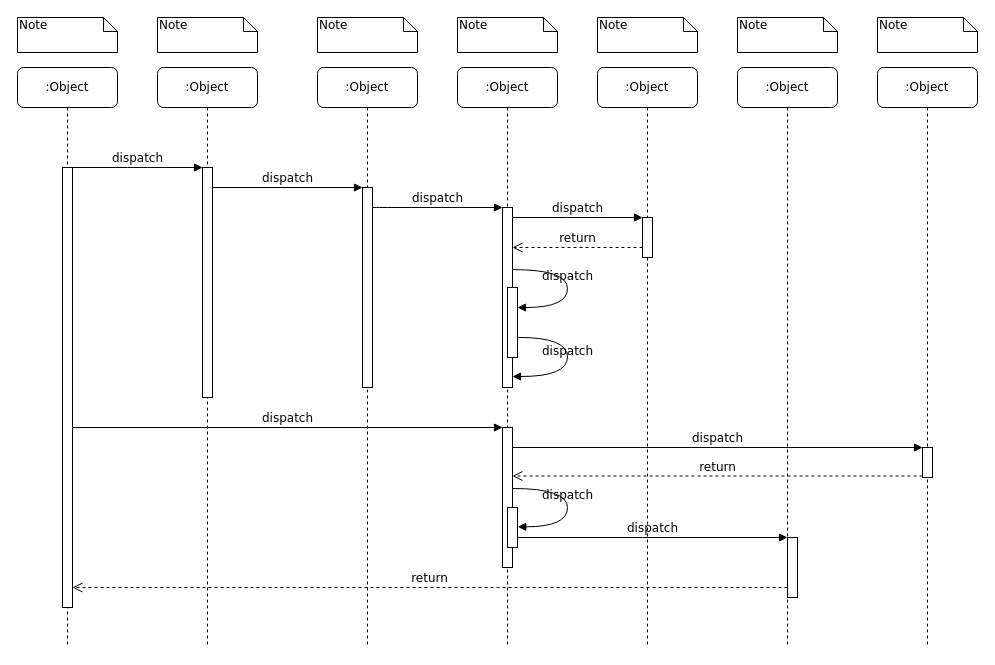
Before: src/序列号创建.drawio in gaozk/test, a draw.io diagram. Source tidied: cells renumbered, new cells numbered last; positions are measured from the earlier drawing's top-left corner, leaving out a move shared by most shapes. Both pictures are drawn from the tidied source at 100%, with x=0, y=0 at pixel (17, 17).
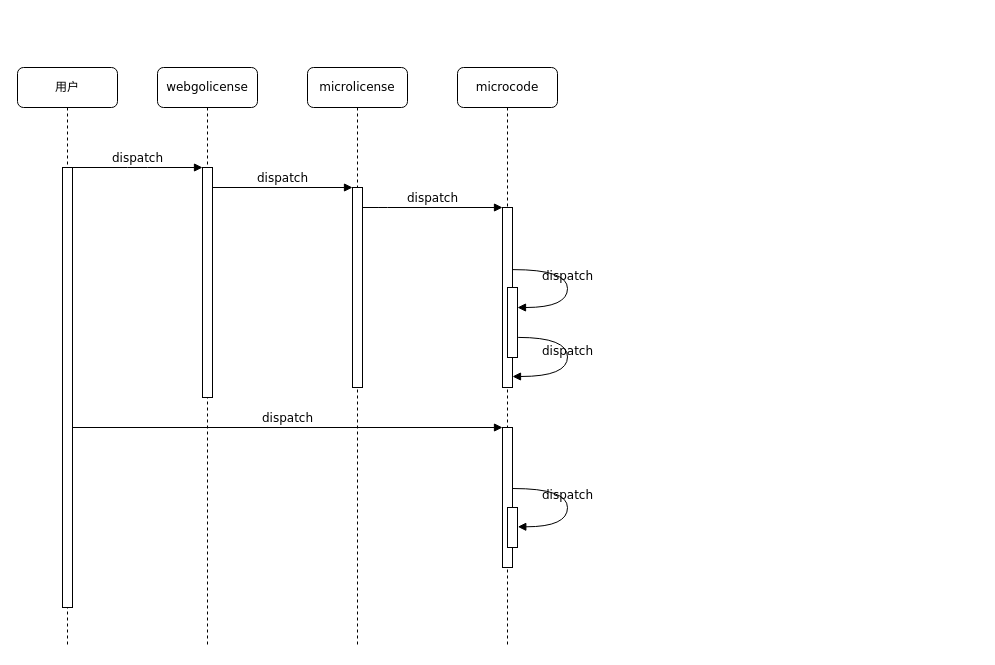
The same diagram, later.

Commit message:
更新序列号创建.drawio

The change refers to these unchanged cells:
```xml
<mxCell id="11" style="html=1;points=[];perimeter=orthogonalPerimeter;rounded=0;shadow=0;comic=0;labelBackgroundColor=none;strokeWidth=1;fontFamily=Verdana;fontSize=12;align=center;" parent="10" vertex="1">
  <mxGeometry x="45" y="100" width="10" height="440" as="geometry" />
</mxCell>
<mxCell id="12" style="html=1;points=[];perimeter=orthogonalPerimeter;rounded=0;shadow=0;comic=0;labelBackgroundColor=none;strokeWidth=1;fontFamily=Verdana;fontSize=12;align=center;" parent="1" vertex="1">
  <mxGeometry x="485" y="190" width="10" height="180" as="geometry" />
</mxCell>
<mxCell id="17" style="html=1;points=[];perimeter=orthogonalPerimeter;rounded=0;shadow=0;comic=0;labelBackgroundColor=none;strokeWidth=1;fontFamily=Verdana;fontSize=12;align=center;" parent="1" vertex="1">
  <mxGeometry x="485" y="410" width="10" height="140" as="geometry" />
</mxCell>
<mxCell id="30" style="html=1;points=[];perimeter=orthogonalPerimeter;rounded=0;shadow=0;comic=0;labelBackgroundColor=none;strokeWidth=1;fontFamily=Verdana;fontSize=12;align=center;" parent="1" vertex="1">
  <mxGeometry x="490" y="490" width="10" height="40" as="geometry" />
</mxCell>
```

What changed in the source:
```diff
@@
-    <mxCell id="2" value=":Object" style="shape=umlLifeline;perimeter=lifelinePerimeter;whiteSpace=wrap;html=1;rounded=1;shadow=0;comic=0;labelBackgroundColor=none;strokeWidth=1;fontFamily=Verdana;fontSize=12;align=center;" parent="1" vertex="1">
+    <mxCell id="2" value="webgolicense" style="shape=umlLifeline;perimeter=lifelinePerimeter;whiteSpace=wrap;html=1;rounded=1;shadow=0;comic=0;labelBackgroundColor=none;strokeWidth=1;fontFamily=Verdana;fontSize=12;align=center;" parent="1" vertex="1">
       <mxGeometry x="140" y="50" width="100" height="580" as="geometry" />
     </mxCell>
@@
-    <mxCell id="4" value=":Object" style="shape=umlLifeline;perimeter=lifelinePerimeter;whiteSpace=wrap;html=1;rounded=1;shadow=0;comic=0;labelBackgroundColor=none;strokeWidth=1;fontFamily=Verdana;fontSize=12;align=center;" parent="1" vertex="1">
-      <mxGeometry x="300" y="50" width="100" height="580" as="geometry" />
+    <mxCell id="4" value="microlicense" style="shape=umlLifeline;perimeter=lifelinePerimeter;whiteSpace=wrap;html=1;rounded=1;shadow=0;comic=0;labelBackgroundColor=none;strokeWidth=1;fontFamily=Verdana;fontSize=12;align=center;" parent="1" vertex="1">
+      <mxGeometry x="290" y="50" width="100" height="580" as="geometry" />
     </mxCell>
@@
-    <mxCell id="6" value=":Object" style="shape=umlLifeline;perimeter=lifelinePerimeter;whiteSpace=wrap;html=1;rounded=1;shadow=0;comic=0;labelBackgroundColor=none;strokeWidth=1;fontFamily=Verdana;fontSize=12;align=center;" parent="1" vertex="1">
+    <mxCell id="6" value="microcode" style="shape=umlLifeline;perimeter=lifelinePerimeter;whiteSpace=wrap;html=1;rounded=1;shadow=0;comic=0;labelBackgroundColor=none;strokeWidth=1;fontFamily=Verdana;fontSize=12;align=center;" parent="1" vertex="1">
       <mxGeometry x="440" y="50" width="100" height="580" as="geometry" />
     </mxCell>
-    <mxCell id="7" value=":Object" style="shape=umlLifeline;perimeter=lifelinePerimeter;whiteSpace=wrap;html=1;rounded=1;shadow=0;comic=0;labelBackgroundColor=none;strokeWidth=1;fontFamily=Verdana;fontSize=12;align=center;" parent="1" vertex="1">
-      <mxGeometry x="580" y="50" width="100" height="580" as="geometry" />
-    </mxCell>
-    <mxCell id="8" value=":Object" style="shape=umlLifeline;perimeter=lifelinePerimeter;whiteSpace=wrap;html=1;rounded=1;shadow=0;comic=0;labelBackgroundColor=none;strokeWidth=1;fontFamily=Verdana;fontSize=12;align=center;" parent="1" vertex="1">
-      <mxGeometry x="720" y="50" width="100" height="580" as="geometry" />
-    </mxCell>
-    <mxCell id="9" value=":Object" style="shape=umlLifeline;perimeter=lifelinePerimeter;whiteSpace=wrap;html=1;rounded=1;shadow=0;comic=0;labelBackgroundColor=none;strokeWidth=1;fontFamily=Verdana;fontSize=12;align=center;" parent="1" vertex="1">
-      <mxGeometry x="860" y="50" width="100" height="580" as="geometry" />
-    </mxCell>
-    <mxCell id="10" value=":Object" style="shape=umlLifeline;perimeter=lifelinePerimeter;whiteSpace=wrap;html=1;rounded=1;shadow=0;comic=0;labelBackgroundColor=none;strokeWidth=1;fontFamily=Verdana;fontSize=12;align=center;" parent="1" vertex="1">
+    <mxCell id="10" value="用户" style="shape=umlLifeline;perimeter=lifelinePerimeter;whiteSpace=wrap;html=1;rounded=1;shadow=0;comic=0;labelBackgroundColor=none;strokeWidth=1;fontFamily=Verdana;fontSize=12;align=center;" parent="1" vertex="1">
       <mxGeometry y="50" width="100" height="580" as="geometry" />
     </mxCell>
@@
-    <mxCell id="14" style="html=1;points=[];perimeter=orthogonalPerimeter;rounded=0;shadow=0;comic=0;labelBackgroundColor=none;strokeWidth=1;fontFamily=Verdana;fontSize=12;align=center;" parent="1" vertex="1">
-      <mxGeometry x="625" y="200" width="10" height="40" as="geometry" />
-    </mxCell>
-    <mxCell id="15" value="dispatch" style="html=1;verticalAlign=bottom;endArrow=block;entryX=0;entryY=0;labelBackgroundColor=none;fontFamily=Verdana;fontSize=12;edgeStyle=elbowEdgeStyle;elbow=vertical;" parent="1" edge="1" source="12" target="14">
-      <mxGeometry relative="1" as="geometry" />
-    </mxCell>
-    <mxCell id="16" value="return" style="html=1;verticalAlign=bottom;endArrow=open;dashed=1;endSize=8;labelBackgroundColor=none;fontFamily=Verdana;fontSize=12;edgeStyle=elbowEdgeStyle;elbow=vertical;" parent="1" edge="1" source="14" target="12">
-      <mxGeometry relative="1" as="geometry">
-        <Array as="points">
-          <mxPoint x="570" y="230" />
-          <mxPoint x="600" y="230" />
-        </Array>
-      </mxGeometry>
-    </mxCell>
@@
-    <mxCell id="19" style="html=1;points=[];perimeter=orthogonalPerimeter;rounded=0;shadow=0;comic=0;labelBackgroundColor=none;strokeColor=#000000;strokeWidth=1;fillColor=#FFFFFF;fontFamily=Verdana;fontSize=12;fontColor=#000000;align=center;" parent="1" vertex="1">
-      <mxGeometry x="905" y="430" width="10" height="30" as="geometry" />
-    </mxCell>
-    <mxCell id="20" value="dispatch" style="html=1;verticalAlign=bottom;endArrow=block;entryX=0;entryY=0;labelBackgroundColor=none;fontFamily=Verdana;fontSize=12;" parent="1" edge="1" source="17" target="19">
-      <mxGeometry relative="1" as="geometry" />
-    </mxCell>
-    <mxCell id="21" value="return" style="html=1;verticalAlign=bottom;endArrow=open;dashed=1;endSize=8;exitX=0;exitY=0.95;labelBackgroundColor=none;fontFamily=Verdana;fontSize=12;" parent="1" edge="1" source="19" target="17">
-      <mxGeometry relative="1" as="geometry" />
-    </mxCell>
-    <mxCell id="22" style="html=1;points=[];perimeter=orthogonalPerimeter;rounded=0;shadow=0;comic=0;labelBackgroundColor=none;strokeWidth=1;fontFamily=Verdana;fontSize=12;align=center;" parent="1" vertex="1">
-      <mxGeometry x="770" y="520" width="10" height="60" as="geometry" />
-    </mxCell>
-    <mxCell id="23" value="dispatch" style="html=1;verticalAlign=bottom;endArrow=block;entryX=0;entryY=0;labelBackgroundColor=none;fontFamily=Verdana;fontSize=12;edgeStyle=elbowEdgeStyle;elbow=vertical;" parent="1" edge="1" source="30" target="22">
-      <mxGeometry relative="1" as="geometry" />
-    </mxCell>
-    <mxCell id="24" value="return" style="html=1;verticalAlign=bottom;endArrow=open;dashed=1;endSize=8;labelBackgroundColor=none;fontFamily=Verdana;fontSize=12;edgeStyle=elbowEdgeStyle;elbow=vertical;" parent="1" edge="1" source="22" target="11">
-      <mxGeometry relative="1" as="geometry">
-        <Array as="points">
-          <mxPoint x="470" y="570" />
-        </Array>
-      </mxGeometry>
-    </mxCell>
@@
-    <mxCell id="32" value="Note" style="shape=note;whiteSpace=wrap;html=1;size=14;verticalAlign=top;align=left;spacingTop=-6;rounded=0;shadow=0;comic=0;labelBackgroundColor=none;strokeWidth=1;fontFamily=Verdana;fontSize=12;" parent="1" vertex="1">
-      <mxGeometry width="100" height="35" as="geometry" />
-    </mxCell>
-    <mxCell id="33" value="Note" style="shape=note;whiteSpace=wrap;html=1;size=14;verticalAlign=top;align=left;spacingTop=-6;rounded=0;shadow=0;comic=0;labelBackgroundColor=none;strokeWidth=1;fontFamily=Verdana;fontSize=12;" parent="1" vertex="1">
-      <mxGeometry x="140" width="100" height="35" as="geometry" />
-    </mxCell>
-    <mxCell id="34" value="Note" style="shape=note;whiteSpace=wrap;html=1;size=14;verticalAlign=top;align=left;spacingTop=-6;rounded=0;shadow=0;comic=0;labelBackgroundColor=none;strokeWidth=1;fontFamily=Verdana;fontSize=12;" parent="1" vertex="1">
-      <mxGeometry x="300" width="100" height="35" as="geometry" />
-    </mxCell>
-    <mxCell id="35" value="Note" style="shape=note;whiteSpace=wrap;html=1;size=14;verticalAlign=top;align=left;spacingTop=-6;rounded=0;shadow=0;comic=0;labelBackgroundColor=none;strokeWidth=1;fontFamily=Verdana;fontSize=12;" parent="1" vertex="1">
-      <mxGeometry x="440" width="100" height="35" as="geometry" />
-    </mxCell>
-    <mxCell id="36" value="Note" style="shape=note;whiteSpace=wrap;html=1;size=14;verticalAlign=top;align=left;spacingTop=-6;rounded=0;shadow=0;comic=0;labelBackgroundColor=none;strokeWidth=1;fontFamily=Verdana;fontSize=12;" parent="1" vertex="1">
-      <mxGeometry x="580" width="100" height="35" as="geometry" />
-    </mxCell>
-    <mxCell id="37" value="Note" style="shape=note;whiteSpace=wrap;html=1;size=14;verticalAlign=top;align=left;spacingTop=-6;rounded=0;shadow=0;comic=0;labelBackgroundColor=none;strokeWidth=1;fontFamily=Verdana;fontSize=12;" parent="1" vertex="1">
-      <mxGeometry x="720" width="100" height="35" as="geometry" />
-    </mxCell>
-    <mxCell id="38" value="Note" style="shape=note;whiteSpace=wrap;html=1;size=14;verticalAlign=top;align=left;spacingTop=-6;rounded=0;shadow=0;comic=0;labelBackgroundColor=none;strokeWidth=1;fontFamily=Verdana;fontSize=12;" parent="1" vertex="1">
-      <mxGeometry x="860" width="100" height="35" as="geometry" />
-    </mxCell>
```
